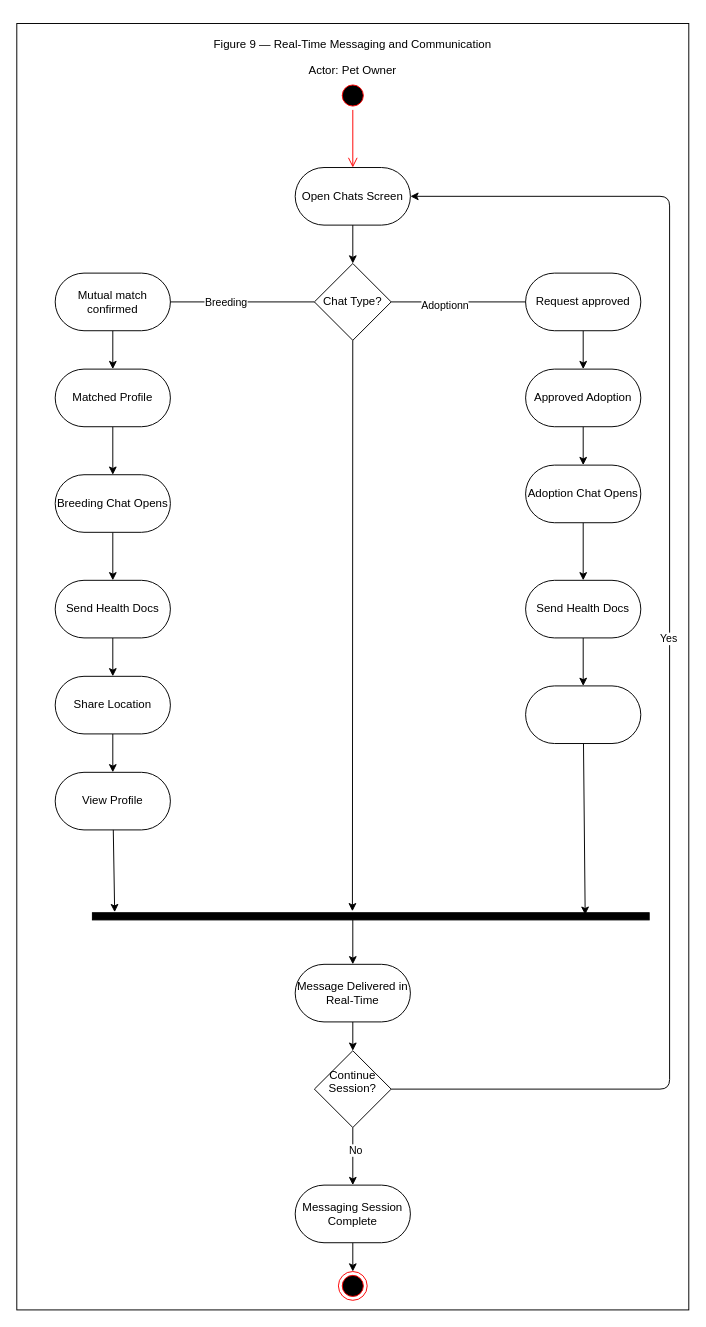
Before: ActivityDiagram_Figure9_USALLA.drawio in Chels013/Breedr-Diagrams, a draw.io diagram. Source tidied: cells renumbered, new cells numbered last; positions are measured from the earlier drawing's top-left corner, leaving out a move shared by most shapes. Both pictures are drawn from the tidied source at 96%, with x=0, y=0 at pixel (16, 23).
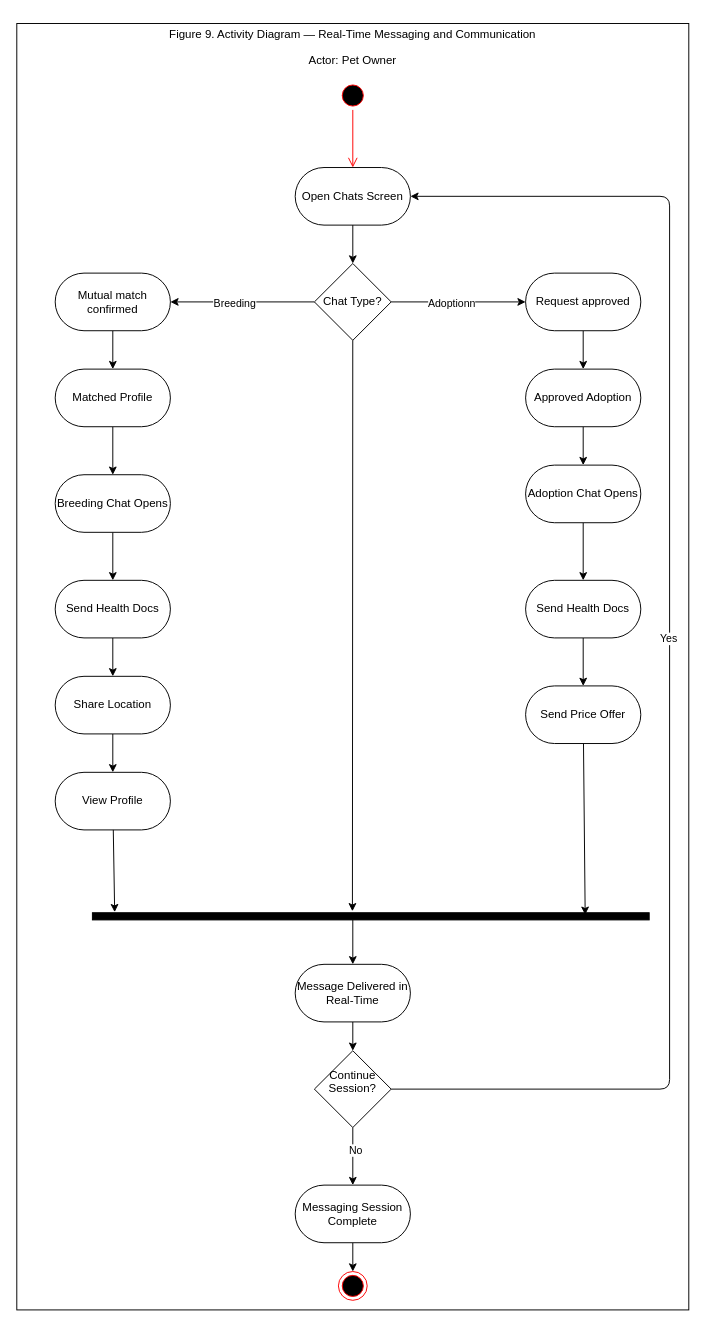
Above is the later version.

The change refers to these unchanged cells:
```xml
<mxCell id="8" value="&lt;p&gt;Chat Type?&lt;/p&gt;" style="rhombus;whiteSpace=wrap;html=1;" parent="1" vertex="1">
  <mxGeometry x="310" y="250" width="80" height="80" as="geometry" />
</mxCell>
<mxCell id="10" value="&lt;p&gt;Mutual match confirmed&lt;/p&gt;" style="rounded=1;whiteSpace=wrap;html=1;arcSize=50;" parent="1" vertex="1">
  <mxGeometry x="40" y="260" width="120" height="60" as="geometry" />
</mxCell>
<mxCell id="19" value="&lt;p&gt;Request approved&lt;/p&gt;" style="rounded=1;whiteSpace=wrap;html=1;arcSize=50;" parent="1" vertex="1">
  <mxGeometry x="530" y="260" width="120" height="60" as="geometry" />
</mxCell>
```

Diff of the diagram source:
```diff
@@
-    <mxCell id="3" value="&lt;p&gt;Figure 9 — Real-Time Messaging and Communication&lt;/p&gt;&lt;p&gt;Actor: Pet Owner&lt;/p&gt;" style="text;html=1;align=center;verticalAlign=middle;whiteSpace=wrap;rounded=0;" parent="1" vertex="1">
-      <mxGeometry x="190" y="20" width="320" height="30" as="geometry" />
+    <mxCell id="3" value="&lt;p&gt;Figure 9. Activity Diagram — Real-Time Messaging and Communication&lt;/p&gt;&lt;p&gt;Actor: Pet Owner&lt;/p&gt;" style="text;html=1;align=center;verticalAlign=middle;whiteSpace=wrap;rounded=0;" parent="1" vertex="1">
+      <mxGeometry x="145" y="10" width="410" height="30" as="geometry" />
     </mxCell>
@@
+    <mxCell id="45" style="edgeStyle=none;html=1;" parent="1" edge="1" source="8" target="19">
+      <mxGeometry relative="1" as="geometry" />
+    </mxCell>
+    <mxCell id="46" value="&lt;span style=&quot;color: rgb(0, 0, 0);&quot;&gt;Adoptionn&lt;/span&gt;" style="edgeLabel;html=1;align=center;verticalAlign=middle;" parent="45" vertex="1">
+      <mxGeometry x="-0.11" y="-1" relative="1" as="geometry" />
+    </mxCell>
+    <mxCell id="48" style="edgeStyle=none;html=1;" parent="1" edge="1" source="8" target="10">
+      <mxGeometry relative="1" as="geometry" />
+    </mxCell>
+    <mxCell id="44" value="&lt;span style=&quot;color: rgb(0, 0, 0);&quot;&gt;Breeding&lt;/span&gt;" style="edgeLabel;html=1;align=center;verticalAlign=middle;" parent="48" vertex="1">
+      <mxGeometry x="0.12" y="1" relative="1" as="geometry" />
+    </mxCell>
@@
-    <mxCell id="42" style="rounded=1;whiteSpace=wrap;html=1;arcSize=50;" parent="1" vertex="1">
+    <mxCell id="42" value="&lt;p&gt;Send Price Offer&lt;/p&gt;" style="rounded=1;whiteSpace=wrap;html=1;arcSize=50;" parent="1" vertex="1">
       <mxGeometry x="530" y="690" width="120" height="60" as="geometry" />
     </mxCell>
-    <mxCell id="43" style="endArrow=none;html=1;entryX=0;entryY=0.5;entryDx=0;entryDy=0;exitX=1;exitY=0.5;exitDx=0;exitDy=0;" parent="1" edge="1" source="10" target="8">
-      <mxGeometry relative="1" as="geometry" />
-    </mxCell>
-    <mxCell id="44" value="Breeding" style="edgeLabel;html=1;align=center;verticalAlign=middle;" parent="43" vertex="1">
-      <mxGeometry x="-0.24" relative="1" as="geometry" />
-    </mxCell>
-    <mxCell id="45" style="endArrow=none;html=1;entryX=0;entryY=0.5;entryDx=0;entryDy=0;exitX=1;exitY=0.5;exitDx=0;exitDy=0;" parent="1" edge="1" source="8" target="19">
-      <mxGeometry relative="1" as="geometry" />
-    </mxCell>
-    <mxCell id="46" value="Adoptionn" style="edgeLabel;html=1;align=center;verticalAlign=middle;" parent="45" vertex="1">
-      <mxGeometry x="-0.22" y="-3" relative="1" as="geometry" />
-    </mxCell>
```
